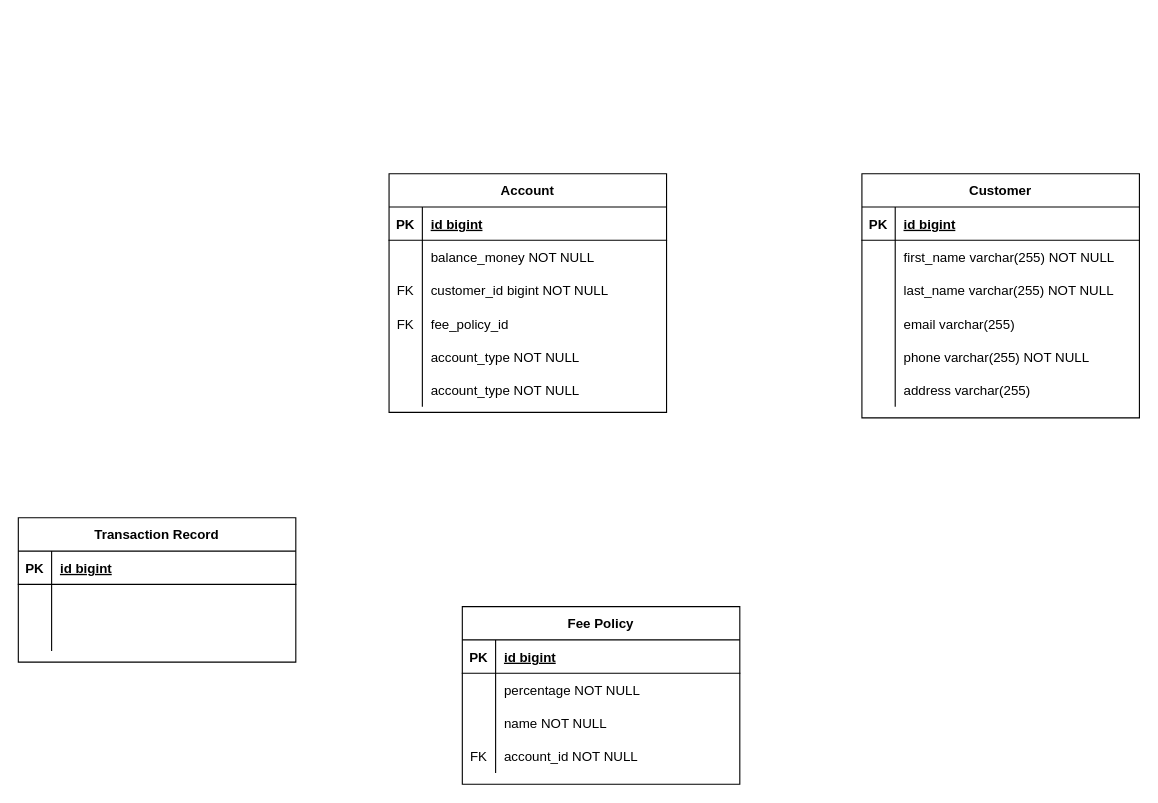
The draw.io diagram COMP5348_Assignnment1.drawio in Hu1999824/hello-world, before the edit. Source tidied: cells renumbered, new cells numbered last; positions are measured from the earlier drawing's top-left corner, leaving out a move shared by most shapes. Both pictures are drawn from the tidied source at 111%, with x=0, y=0 at pixel (18, 173).
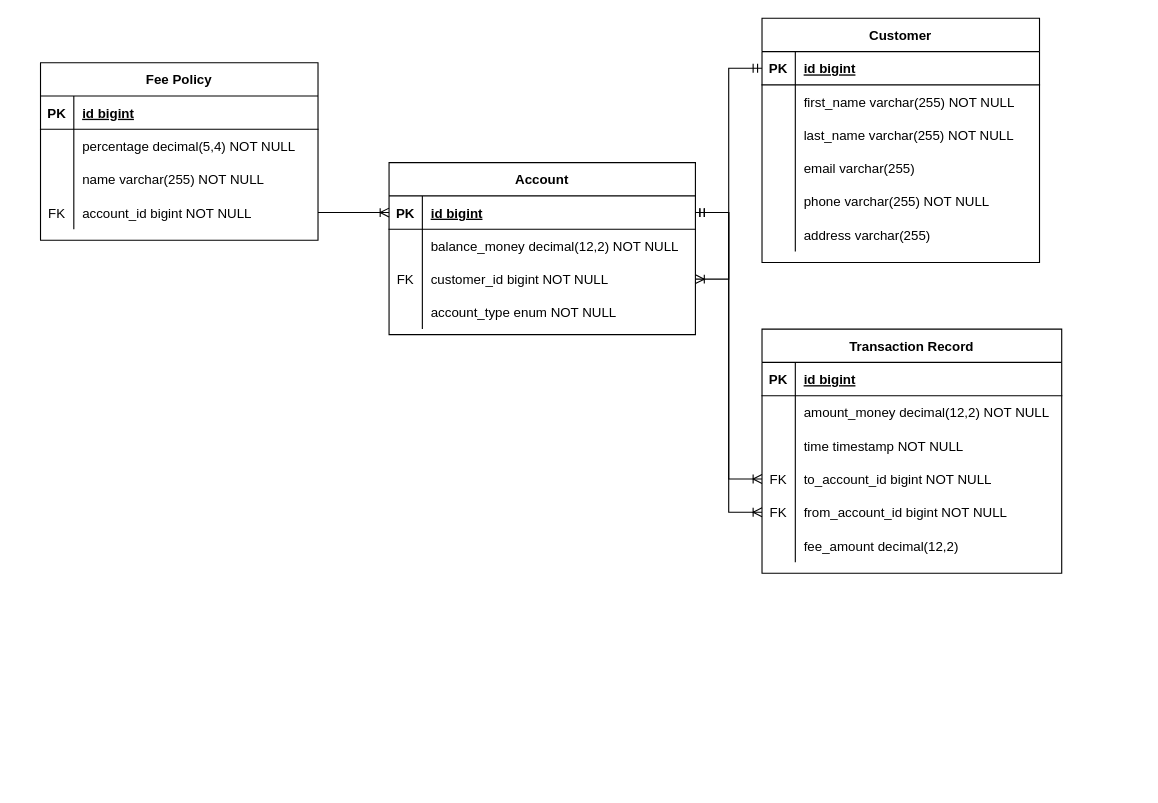
Above is the later version.

Unchanged cells that the change refers to:
```xml
<mxCell id="3" style="shape=partialRectangle;fillColor=none;points=[[0,0.5],[1,0.5]];portConstraint=eastwest;top=0;left=0;right=0;bottom=1;" parent="2" vertex="1">
  <mxGeometry y="30" width="250" height="30" as="geometry" />
</mxCell>
<mxCell id="54" style="shape=partialRectangle;fillColor=none;top=0;left=0;right=0;bottom=0;" parent="50" vertex="1">
  <mxGeometry y="60" width="250" height="30" as="geometry" />
</mxCell>
<mxCell id="57" style="shape=partialRectangle;fillColor=none;top=0;left=0;right=0;bottom=0;" parent="50" vertex="1">
  <mxGeometry y="90" width="250" height="30" as="geometry" />
</mxCell>
<mxCell id="60" style="shape=partialRectangle;fillColor=none;points=[[0,0.5],[1,0.5]];portConstraint=eastwest;top=0;left=0;right=0;bottom=0;" parent="50" vertex="1">
  <mxGeometry y="120" width="250" height="30" as="geometry" />
</mxCell>
```

Diff of the diagram source:
```diff
@@
     <mxCell id="2" value="Customer" style="shape=table;startSize=30;childLayout=tableLayout;rowLines=0;fontStyle=1;align=center;" parent="1" vertex="1">
-      <mxGeometry x="760" width="250" height="220" as="geometry" />
+      <mxGeometry x="670" y="-140" width="250" height="220" as="geometry" />
     </mxCell>
@@
     <mxCell id="21" value="Account" style="shape=table;startSize=30;childLayout=tableLayout;rowLines=0;fontStyle=1;align=center;" parent="1" vertex="1">
-      <mxGeometry x="334" width="250" height="215" as="geometry" />
+      <mxGeometry x="334" y="-10" width="276" height="155" as="geometry" />
     </mxCell>
     <mxCell id="22" style="shape=partialRectangle;fillColor=none;points=[[0,0.5],[1,0.5]];portConstraint=eastwest;top=0;left=0;right=0;bottom=1;" parent="21" vertex="1">
-      <mxGeometry y="30" width="250" height="30" as="geometry" />
+      <mxGeometry y="30" width="276" height="30" as="geometry" />
     </mxCell>
@@
     <mxCell id="24" value="id bigint" style="shape=partialRectangle;overflow=hidden;fillColor=none;top=0;left=0;bottom=0;right=0;align=left;spacingLeft=6;fontStyle=5;" parent="22" vertex="1">
-      <mxGeometry x="30" width="220" height="30" as="geometry" />
+      <mxGeometry x="30" width="246" height="30" as="geometry" />
     </mxCell>
     <mxCell id="25" style="shape=partialRectangle;fillColor=none;top=0;left=0;right=0;bottom=0;" parent="21" vertex="1">
-      <mxGeometry y="60" width="250" height="30" as="geometry" />
+      <mxGeometry y="60" width="276" height="30" as="geometry" />
     </mxCell>
@@
-    <mxCell id="27" value="balance_money NOT NULL" style="shape=partialRectangle;overflow=hidden;fillColor=none;top=0;left=0;bottom=0;right=0;align=left;spacingLeft=6;" parent="25" vertex="1">
-      <mxGeometry x="30" width="220" height="30" as="geometry" />
+    <mxCell id="27" value="balance_money decimal(12,2) NOT NULL" style="shape=partialRectangle;overflow=hidden;fillColor=none;top=0;left=0;bottom=0;right=0;align=left;spacingLeft=6;" parent="25" vertex="1">
+      <mxGeometry x="30" width="246" height="30" as="geometry" />
     </mxCell>
     <mxCell id="28" style="shape=partialRectangle;fillColor=none;points=[[0,0.5],[1,0.5]];portConstraint=eastwest;top=0;left=0;right=0;bottom=0;" parent="21" vertex="1">
-      <mxGeometry y="90" width="250" height="30" as="geometry" />
+      <mxGeometry y="90" width="276" height="30" as="geometry" />
     </mxCell>
@@
     <mxCell id="30" value="customer_id bigint NOT NULL" style="shape=partialRectangle;overflow=hidden;fillColor=none;top=0;left=0;bottom=0;right=0;align=left;spacingLeft=6;" parent="28" vertex="1">
-      <mxGeometry x="30" width="220" height="30" as="geometry" />
+      <mxGeometry x="30" width="246" height="30" as="geometry" />
     </mxCell>
-    <mxCell id="31" style="shape=partialRectangle;fillColor=none;top=0;left=0;right=0;bottom=0;" parent="21" vertex="1">
-      <mxGeometry y="120" width="250" height="30" as="geometry" />
-    </mxCell>
-    <mxCell id="32" value="FK" style="shape=partialRectangle;overflow=hidden;fillColor=none;top=0;left=0;bottom=0;right=0;" parent="31" vertex="1">
-      <mxGeometry width="30" height="30" as="geometry" />
-    </mxCell>
-    <mxCell id="33" value="fee_policy_id " style="shape=partialRectangle;overflow=hidden;fillColor=none;top=0;left=0;bottom=0;right=0;align=left;spacingLeft=6;" parent="31" vertex="1">
-      <mxGeometry x="30" width="220" height="30" as="geometry" />
-    </mxCell>
     <mxCell id="34" style="shape=partialRectangle;fillColor=none;top=0;left=0;right=0;bottom=0;" parent="21" vertex="1">
-      <mxGeometry y="150" width="250" height="30" as="geometry" />
+      <mxGeometry y="120" width="276" height="30" as="geometry" />
     </mxCell>
@@
-    <mxCell id="36" value="account_type NOT NULL" style="shape=partialRectangle;overflow=hidden;fillColor=none;top=0;left=0;bottom=0;right=0;align=left;spacingLeft=6;" parent="34" vertex="1">
-      <mxGeometry x="30" width="220" height="30" as="geometry" />
+    <mxCell id="36" value="account_type enum NOT NULL" style="shape=partialRectangle;overflow=hidden;fillColor=none;top=0;left=0;bottom=0;right=0;align=left;spacingLeft=6;" parent="34" vertex="1">
+      <mxGeometry x="30" width="246" height="30" as="geometry" />
     </mxCell>
-    <mxCell id="37" style="shape=partialRectangle;fillColor=none;top=0;left=0;right=0;bottom=0;" parent="21" vertex="1">
-      <mxGeometry y="180" width="250" height="30" as="geometry" />
-    </mxCell>
-    <mxCell id="38" style="shape=partialRectangle;overflow=hidden;fillColor=none;top=0;left=0;bottom=0;right=0;" parent="37" vertex="1">
-      <mxGeometry width="30" height="30" as="geometry" />
-    </mxCell>
-    <mxCell id="39" value="account_type NOT NULL" style="shape=partialRectangle;overflow=hidden;fillColor=none;top=0;left=0;bottom=0;right=0;align=left;spacingLeft=6;" parent="37" vertex="1">
-      <mxGeometry x="30" width="220" height="30" as="geometry" />
-    </mxCell>
     <mxCell id="40" value="Transaction Record" style="shape=table;startSize=30;childLayout=tableLayout;rowLines=0;fontStyle=1;align=center;" parent="1" vertex="1">
-      <mxGeometry y="310" width="250" height="130" as="geometry" />
+      <mxGeometry x="670" y="140" width="270" height="220" as="geometry" />
     </mxCell>
     <mxCell id="41" style="shape=partialRectangle;fillColor=none;top=0;left=0;right=0;bottom=1;" parent="40" vertex="1">
-      <mxGeometry y="30" width="250" height="30" as="geometry" />
+      <mxGeometry y="30" width="270" height="30" as="geometry" />
     </mxCell>
@@
     <mxCell id="43" value="id bigint" style="shape=partialRectangle;overflow=hidden;fillColor=none;top=0;left=0;bottom=0;right=0;align=left;spacingLeft=6;fontStyle=5;" parent="41" vertex="1">
-      <mxGeometry x="30" width="220" height="30" as="geometry" />
+      <mxGeometry x="30" width="240" height="30" as="geometry" />
     </mxCell>
     <mxCell id="44" style="shape=partialRectangle;fillColor=none;top=0;left=0;right=0;bottom=0;" parent="40" vertex="1">
-      <mxGeometry y="60" width="250" height="30" as="geometry" />
+      <mxGeometry y="60" width="270" height="30" as="geometry" />
     </mxCell>
@@
-    <mxCell id="46" style="shape=partialRectangle;overflow=hidden;fillColor=none;top=0;left=0;bottom=0;right=0;align=left;spacingLeft=6;" parent="44" vertex="1">
-      <mxGeometry x="30" width="220" height="30" as="geometry" />
+    <mxCell id="46" value="amount_money decimal(12,2) NOT NULL" style="shape=partialRectangle;overflow=hidden;fillColor=none;top=0;left=0;bottom=0;right=0;align=left;spacingLeft=6;" parent="44" vertex="1">
+      <mxGeometry x="30" width="240" height="30" as="geometry" />
     </mxCell>
     <mxCell id="47" style="shape=partialRectangle;fillColor=none;top=0;left=0;right=0;bottom=0;" parent="40" vertex="1">
-      <mxGeometry y="90" width="250" height="30" as="geometry" />
+      <mxGeometry y="90" width="270" height="30" as="geometry" />
     </mxCell>
@@
-    <mxCell id="49" style="shape=partialRectangle;overflow=hidden;fillColor=none;top=0;left=0;bottom=0;right=0;align=left;spacingLeft=6;" parent="47" vertex="1">
-      <mxGeometry x="30" width="220" height="30" as="geometry" />
+    <mxCell id="49" value="time timestamp NOT NULL" style="shape=partialRectangle;overflow=hidden;fillColor=none;top=0;left=0;bottom=0;right=0;align=left;spacingLeft=6;" parent="47" vertex="1">
+      <mxGeometry x="30" width="240" height="30" as="geometry" />
     </mxCell>
+    <mxCell id="63" style="shape=partialRectangle;fillColor=none;points=[[0,0.5],[1,0.5]];portConstraint=eastwest;top=0;left=0;right=0;bottom=0;" parent="40" vertex="1">
+      <mxGeometry y="120" width="270" height="30" as="geometry" />
+    </mxCell>
+    <mxCell id="64" value="FK" style="shape=partialRectangle;overflow=hidden;fillColor=none;top=0;left=0;bottom=0;right=0;" parent="63" vertex="1">
+      <mxGeometry width="30" height="30" as="geometry" />
+    </mxCell>
+    <mxCell id="65" value="to_account_id bigint NOT NULL" style="shape=partialRectangle;overflow=hidden;fillColor=none;top=0;left=0;bottom=0;right=0;align=left;spacingLeft=6;" parent="63" vertex="1">
+      <mxGeometry x="30" width="240" height="30" as="geometry" />
+    </mxCell>
+    <mxCell id="66" style="shape=partialRectangle;fillColor=none;points=[[0,0.5],[1,0.5]];portConstraint=eastwest;top=0;left=0;right=0;bottom=0;" parent="40" vertex="1">
+      <mxGeometry y="150" width="270" height="30" as="geometry" />
+    </mxCell>
+    <mxCell id="67" value="FK" style="shape=partialRectangle;overflow=hidden;fillColor=none;top=0;left=0;bottom=0;right=0;" parent="66" vertex="1">
+      <mxGeometry width="30" height="30" as="geometry" />
+    </mxCell>
+    <mxCell id="68" value="from_account_id bigint NOT NULL" style="shape=partialRectangle;overflow=hidden;fillColor=none;top=0;left=0;bottom=0;right=0;align=left;spacingLeft=6;" parent="66" vertex="1">
+      <mxGeometry x="30" width="240" height="30" as="geometry" />
+    </mxCell>
+    <mxCell id="69" style="shape=partialRectangle;fillColor=none;top=0;left=0;right=0;bottom=0;" parent="40" vertex="1">
+      <mxGeometry y="180" width="270" height="30" as="geometry" />
+    </mxCell>
+    <mxCell id="38" style="shape=partialRectangle;overflow=hidden;fillColor=none;top=0;left=0;bottom=0;right=0;" parent="69" vertex="1">
+      <mxGeometry width="30" height="30" as="geometry" />
+    </mxCell>
+    <mxCell id="70" value="fee_amount decimal(12,2)" style="shape=partialRectangle;overflow=hidden;fillColor=none;top=0;left=0;bottom=0;right=0;align=left;spacingLeft=6;" parent="69" vertex="1">
+      <mxGeometry x="30" width="240" height="30" as="geometry" />
+    </mxCell>
     <mxCell id="50" value="Fee Policy" style="shape=table;startSize=30;childLayout=tableLayout;rowLines=0;fontStyle=1;align=center;" parent="1" vertex="1">
-      <mxGeometry x="400" y="390" width="250" height="160" as="geometry" />
+      <mxGeometry x="20" y="-100" width="250" height="160" as="geometry" />
     </mxCell>
@@
-    <mxCell id="56" value="percentage NOT NULL" style="shape=partialRectangle;overflow=hidden;fillColor=none;top=0;left=0;bottom=0;right=0;align=left;spacingLeft=6;" parent="54" vertex="1">
+    <mxCell id="56" value="percentage decimal(5,4) NOT NULL" style="shape=partialRectangle;overflow=hidden;fillColor=none;top=0;left=0;bottom=0;right=0;align=left;spacingLeft=6;" parent="54" vertex="1">
       <mxGeometry x="30" width="220" height="30" as="geometry" />
     </mxCell>
@@
-    <mxCell id="59" value="name NOT NULL" style="shape=partialRectangle;overflow=hidden;fillColor=none;top=0;left=0;bottom=0;right=0;align=left;spacingLeft=6;" parent="57" vertex="1">
+    <mxCell id="59" value="name varchar(255) NOT NULL" style="shape=partialRectangle;overflow=hidden;fillColor=none;top=0;left=0;bottom=0;right=0;align=left;spacingLeft=6;" parent="57" vertex="1">
       <mxGeometry x="30" width="220" height="30" as="geometry" />
     </mxCell>
@@
-    <mxCell id="62" value="account_id NOT NULL" style="shape=partialRectangle;overflow=hidden;fillColor=none;top=0;left=0;bottom=0;right=0;align=left;spacingLeft=6;" parent="60" vertex="1">
+    <mxCell id="62" value="account_id bigint NOT NULL" style="shape=partialRectangle;overflow=hidden;fillColor=none;top=0;left=0;bottom=0;right=0;align=left;spacingLeft=6;" parent="60" vertex="1">
       <mxGeometry x="30" width="220" height="30" as="geometry" />
     </mxCell>
+    <mxCell id="71" style="edgeStyle=entityRelationEdgeStyle;fontSize=12;html=1;endArrow=ERoneToMany;rounded=0;entryX=0;entryY=0.5;entryDx=0;entryDy=0;exitX=1;exitY=0.5;exitDx=0;exitDy=0;" parent="1" edge="1" source="60" target="22">
+      <mxGeometry relative="1" as="geometry" />
+    </mxCell>
+    <mxCell id="72" style="edgeStyle=entityRelationEdgeStyle;fontSize=12;html=1;endArrow=ERoneToMany;startArrow=ERmandOne;rounded=0;exitX=0;exitY=0.5;exitDx=0;exitDy=0;entryX=1;entryY=0.5;entryDx=0;entryDy=0;" parent="1" edge="1" source="3" target="28">
+      <mxGeometry relative="1" as="geometry" />
+    </mxCell>
+    <mxCell id="73" style="edgeStyle=entityRelationEdgeStyle;fontSize=12;html=1;endArrow=ERoneToMany;startArrow=ERmandOne;rounded=0;exitX=1;exitY=0.5;exitDx=0;exitDy=0;entryX=0;entryY=0.5;entryDx=0;entryDy=0;" parent="1" edge="1" source="22" target="63">
+      <mxGeometry relative="1" as="geometry">
+        <Array as="points">
+          <mxPoint x="570" y="305" />
+        </Array>
+      </mxGeometry>
+    </mxCell>
+    <mxCell id="74" style="edgeStyle=entityRelationEdgeStyle;fontSize=12;html=1;endArrow=ERoneToMany;startArrow=ERmandOne;rounded=0;entryX=0;entryY=0.5;entryDx=0;entryDy=0;exitX=1;exitY=0.5;exitDx=0;exitDy=0;" parent="1" edge="1" source="22" target="66">
+      <mxGeometry relative="1" as="geometry" />
+    </mxCell>
```
